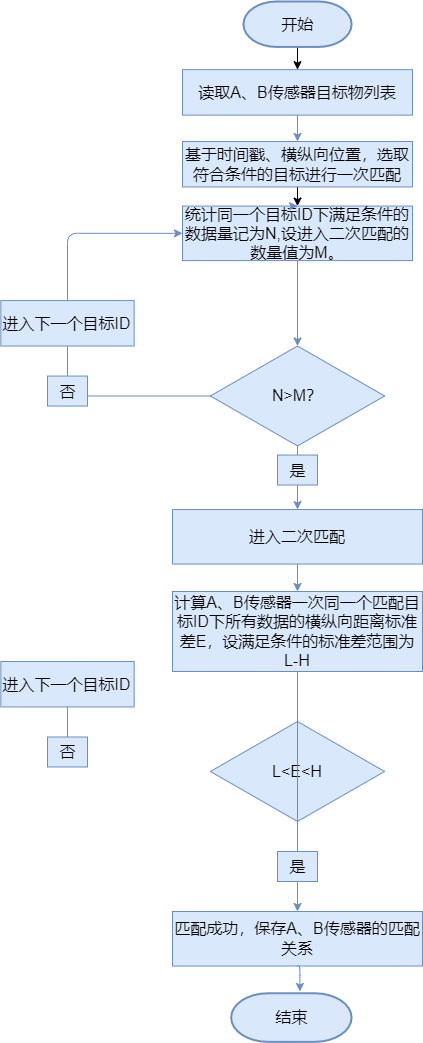
Before: 未命名绘图.drawio.png, a diagram exported from draw.io (huanyu1991/Angular-Learn). Source tidied: cells renumbered, new cells last; positions are measured from the earlier drawing's top-left corner, leaving out a move shared by most shapes.
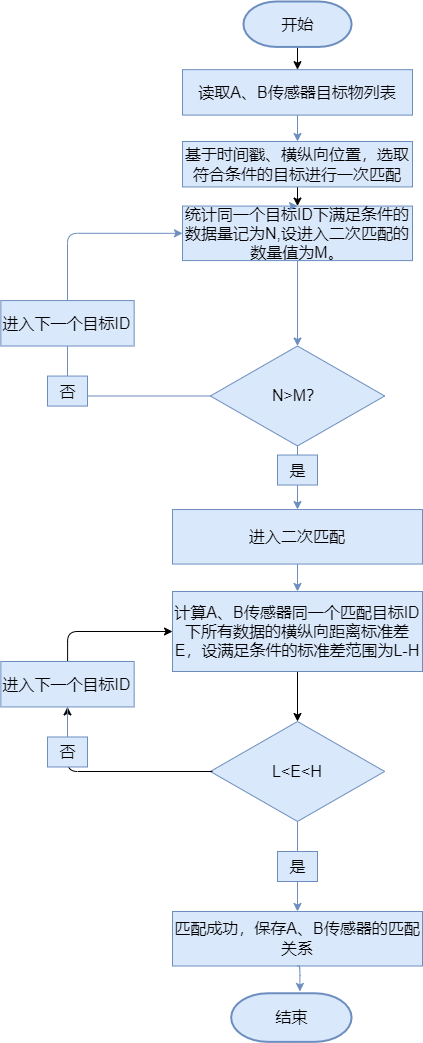
After the commit.

Commit message:
更新未命名绘图.drawio.png

Change to the diagram source:
```diff
@@ -28,7 +28,10 @@
     <mxCell id="9" value="进入二次匹配" style="rounded=0;whiteSpace=wrap;html=1;fontSize=16;fillColor=#dae8fc;strokeColor=#6c8ebf;" parent="1" vertex="1">
       <mxGeometry x="172" y="508" width="250" height="54.5" as="geometry" />
     </mxCell>
+    <mxCell id="33" style="edgeStyle=orthogonalEdgeStyle;jettySize=auto;html=1;exitX=0.5;exitY=1;exitDx=0;exitDy=0;entryX=0.5;entryY=0;entryDx=0;entryDy=0;strokeWidth=1;fontSize=16;" parent="1" edge="1" source="10" target="27">
+      <mxGeometry relative="1" as="geometry" />
+    </mxCell>
-    <mxCell id="10" value="计算A、B传感器一次同一个匹配目标ID下所有数据的横纵向距离标准差E，设满足条件的标准差范围为L-H" style="rounded=0;whiteSpace=wrap;html=1;fontSize=16;fillColor=#dae8fc;strokeColor=#6c8ebf;" parent="1" vertex="1">
+    <mxCell id="10" value="计算A、B传感器同一个匹配目标ID下所有数据的横纵向距离标准差E，设满足条件的标准差范围为L-H" style="rounded=0;whiteSpace=wrap;html=1;fontSize=16;fillColor=#dae8fc;strokeColor=#6c8ebf;" parent="1" vertex="1">
       <mxGeometry x="172" y="590" width="250" height="80" as="geometry" />
     </mxCell>
     <mxCell id="11" style="edgeStyle=orthogonalEdgeStyle;jettySize=auto;html=1;exitX=0.5;exitY=1;exitDx=0;exitDy=0;entryX=0.5;entryY=0;entryDx=0;entryDy=0;strokeWidth=1;fontSize=16;fillColor=#dae8fc;strokeColor=#6c8ebf;" parent="1" edge="1" source="9" target="10">
@@ -90,15 +93,32 @@
     <mxCell id="27" value="L&amp;lt;E&amp;lt;H" style="rhombus;whiteSpace=wrap;html=1;fontSize=16;fillColor=#dae8fc;strokeColor=#6c8ebf;" parent="1" vertex="1">
       <mxGeometry x="209.8" y="720" width="174.3" height="99.9" as="geometry" />
     </mxCell>
+    <mxCell id="34" style="edgeStyle=orthogonalEdgeStyle;jettySize=auto;html=1;strokeWidth=1;fontSize=16;" parent="1" edge="1" target="31">
+      <mxGeometry relative="1" as="geometry">
+        <mxPoint x="212" y="770" as="sourcePoint" />
+        <Array as="points">
+          <mxPoint x="67" y="770" />
+        </Array>
+      </mxGeometry>
+    </mxCell>
     <mxCell id="28" value="是" style="text;html=1;align=center;verticalAlign=middle;points=[];fillColor=#dae8fc;strokeColor=#6c8ebf;rounded=0;fontSize=16;" parent="1" vertex="1">
       <mxGeometry x="277" y="850" width="40" height="30" as="geometry" />
     </mxCell>
-    <mxCell id="29" style="edgeStyle=orthogonalEdgeStyle;jettySize=auto;html=1;exitX=0.5;exitY=1;exitDx=0;exitDy=0;entryX=0.5;entryY=0;entryDx=0;entryDy=0;strokeWidth=1;fontSize=16;fillColor=#dae8fc;strokeColor=#6c8ebf;endArrow=none;" parent="1" edge="1" source="10" target="28">
-      <mxGeometry relative="1" as="geometry" />
+    <mxCell id="29" style="edgeStyle=orthogonalEdgeStyle;jettySize=auto;html=1;entryX=0.5;entryY=0;entryDx=0;entryDy=0;strokeWidth=1;fontSize=16;fillColor=#dae8fc;strokeColor=#6c8ebf;endArrow=none;" parent="1" edge="1" target="28">
+      <mxGeometry relative="1" as="geometry">
+        <mxPoint x="297" y="820" as="sourcePoint" />
+      </mxGeometry>
     </mxCell>
     <mxCell id="30" value="否" style="text;html=1;align=center;verticalAlign=middle;points=[];fillColor=#dae8fc;strokeColor=#6c8ebf;rounded=0;fontSize=16;" parent="1" vertex="1">
       <mxGeometry x="47" y="735.5" width="40" height="30" as="geometry" />
     </mxCell>
+    <mxCell id="35" style="edgeStyle=orthogonalEdgeStyle;jettySize=auto;html=1;strokeWidth=1;fontSize=16;entryX=0;entryY=0.5;entryDx=0;entryDy=0;" parent="1" edge="1" source="31" target="10">
+      <mxGeometry relative="1" as="geometry">
+        <Array as="points">
+          <mxPoint x="67" y="630" />
+        </Array>
+      </mxGeometry>
+    </mxCell>
     <mxCell id="31" value="进入下一个目标ID" style="rounded=0;whiteSpace=wrap;html=1;fontSize=16;fillColor=#dae8fc;strokeColor=#6c8ebf;" parent="1" vertex="1">
       <mxGeometry x="0.4" y="660" width="133.3" height="45.4" as="geometry" />
     </mxCell>
```
